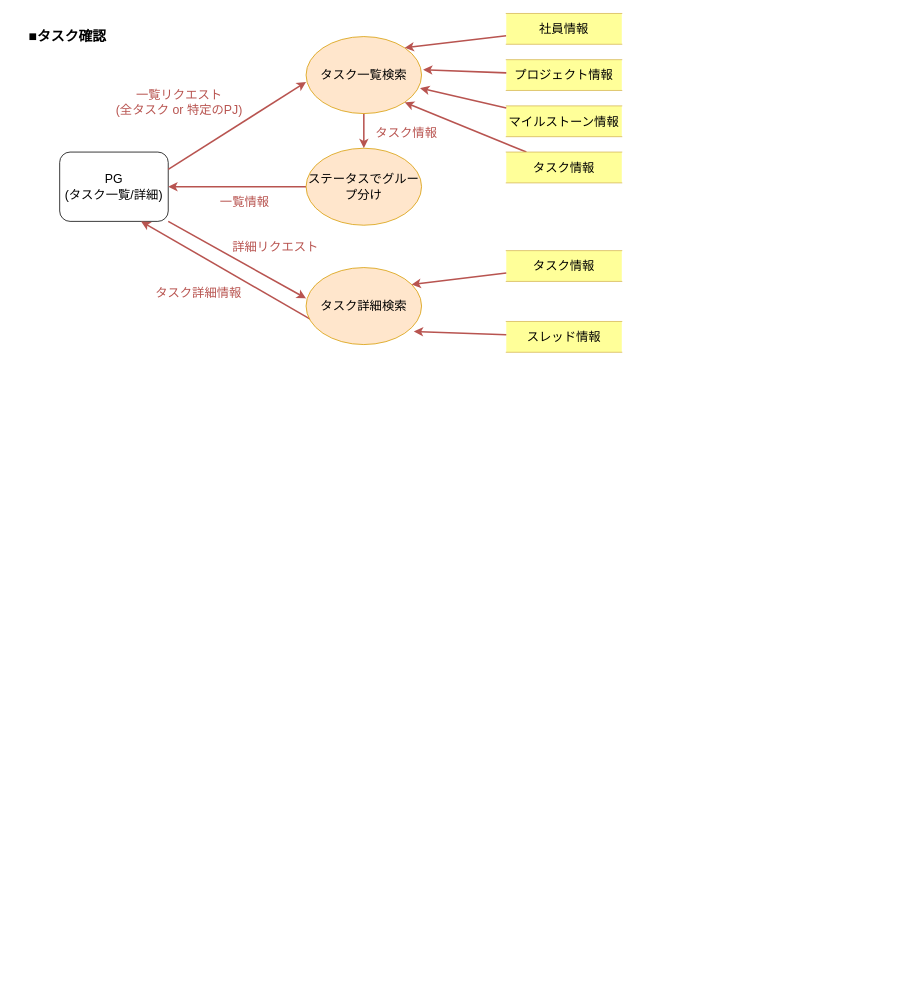
haseryo0403/functional-design-technical-design keeps this draw.io diagram as page "DFD" (3 of 3) of functional-design.drawio. Above is the earlier version. Source tidied: cells renumbered, new cells numbered last; positions are measured from the earlier drawing's top-left corner, leaving out a move shared by most shapes. Both pictures are drawn from the tidied source at 77%, with x=0, y=0 at pixel (21, 13).
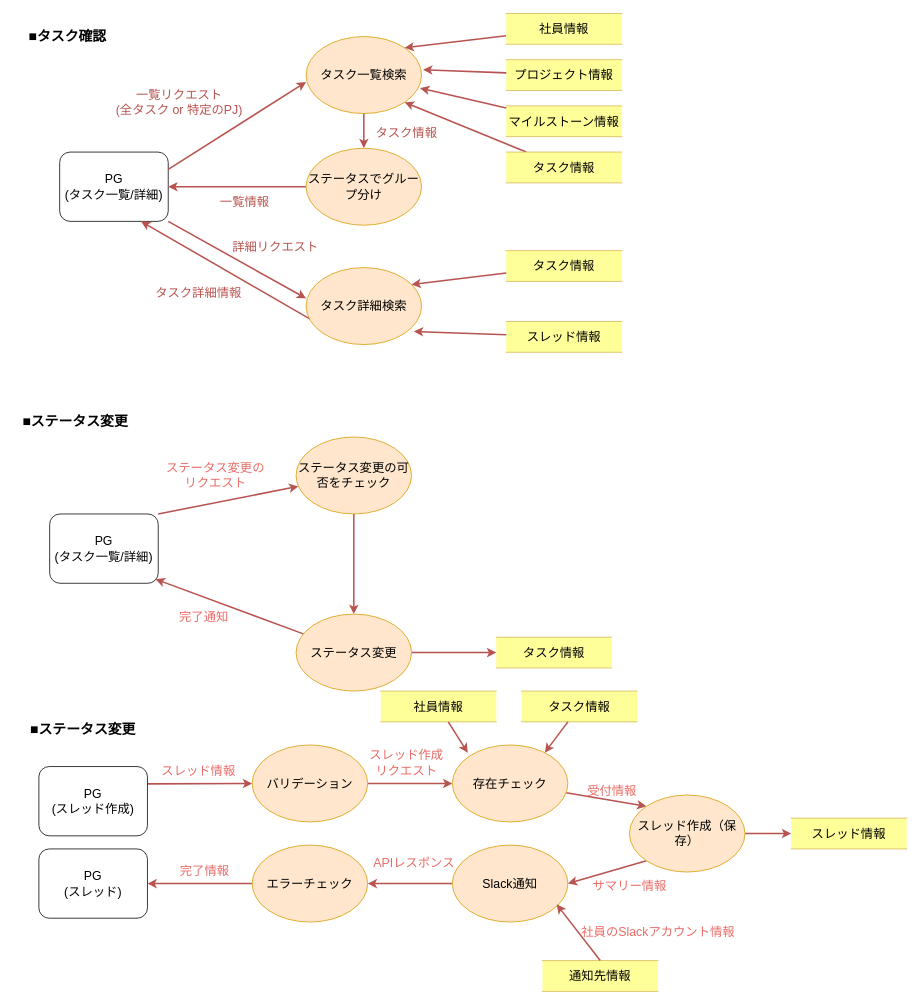
The same diagram, later.

The edit, as a diff of the source:
```diff
@@
+    <mxCell id="29" value="&lt;font size=&quot;1&quot; style=&quot;&quot;&gt;&lt;b style=&quot;font-size: 18px;&quot;&gt;■ステータス変更&lt;/b&gt;&lt;/font&gt;" style="text;html=1;align=center;verticalAlign=middle;strokeColor=none;fillColor=none;fontFamily=Helvetica;fontSize=11;fontColor=#000000;labelBackgroundColor=default;" parent="1" vertex="1">
+      <mxGeometry x="-10" y="510" width="160" height="40" as="geometry" />
+    </mxCell>
+    <mxCell id="30" style="shape=connector;rounded=0;jettySize=auto;html=1;exitX=1;exitY=0;exitDx=0;exitDy=0;strokeColor=#b85450;strokeWidth=2;align=center;verticalAlign=middle;fontFamily=Helvetica;fontSize=16;fontColor=default;fontStyle=0;labelBackgroundColor=none;endArrow=classic;fillColor=#f8cecc;" parent="1" edge="1" source="31" target="33">
+      <mxGeometry relative="1" as="geometry" />
+    </mxCell>
+    <mxCell id="31" value="PG&lt;div&gt;(タスク一覧/詳細)&lt;/div&gt;" style="rounded=1;whiteSpace=wrap;html=1;fontFamily=Helvetica;fontSize=16;fontColor=#000000;labelBackgroundColor=default;" parent="1" vertex="1">
+      <mxGeometry x="37" y="650" width="141" height="90" as="geometry" />
+    </mxCell>
+    <mxCell id="32" style="edgeStyle=orthogonalEdgeStyle;shape=connector;rounded=0;jettySize=auto;html=1;exitX=0.5;exitY=1;exitDx=0;exitDy=0;entryX=0.5;entryY=0;entryDx=0;entryDy=0;strokeColor=#b85450;strokeWidth=2;align=center;verticalAlign=middle;fontFamily=Helvetica;fontSize=16;fontColor=default;fontStyle=0;labelBackgroundColor=none;endArrow=classic;fillColor=#f8cecc;" parent="1" edge="1" source="33" target="35">
+      <mxGeometry relative="1" as="geometry" />
+    </mxCell>
+    <mxCell id="33" value="ステータス変更の可否をチェック" style="ellipse;whiteSpace=wrap;html=1;fontFamily=Helvetica;fontSize=16;labelBackgroundColor=none;fillColor=#ffe6cc;strokeColor=#d79b00;" parent="1" vertex="1">
+      <mxGeometry x="357" y="550" width="150" height="100" as="geometry" />
+    </mxCell>
+    <mxCell id="34" style="edgeStyle=orthogonalEdgeStyle;shape=connector;rounded=0;jettySize=auto;html=1;strokeColor=#b85450;strokeWidth=2;align=center;verticalAlign=middle;fontFamily=Helvetica;fontSize=16;fontColor=default;fontStyle=0;labelBackgroundColor=none;endArrow=classic;fillColor=#f8cecc;entryX=0;entryY=0.5;entryDx=0;entryDy=0;" parent="1" edge="1" source="35" target="38">
+      <mxGeometry relative="1" as="geometry" />
+    </mxCell>
+    <mxCell id="35" value="ステータス変更" style="ellipse;whiteSpace=wrap;html=1;fontFamily=Helvetica;fontSize=16;labelBackgroundColor=none;fillColor=#ffe6cc;strokeColor=#d79b00;" parent="1" vertex="1">
+      <mxGeometry x="357" y="780" width="150" height="100" as="geometry" />
+    </mxCell>
+    <mxCell id="36" value="ステータス変更の&lt;div&gt;リクエスト&lt;/div&gt;" style="text;html=1;align=center;verticalAlign=middle;strokeColor=none;fillColor=none;fontFamily=Helvetica;fontSize=16;fontColor=#EA6B66;fontStyle=0;labelBackgroundColor=none;" parent="1" vertex="1">
+      <mxGeometry x="187" y="587" width="130" height="26" as="geometry" />
+    </mxCell>
+    <mxCell id="37" style="shape=connector;rounded=0;jettySize=auto;html=1;entryX=0.975;entryY=0.941;entryDx=0;entryDy=0;entryPerimeter=0;strokeColor=#b85450;strokeWidth=2;align=center;verticalAlign=middle;fontFamily=Helvetica;fontSize=16;fontColor=default;fontStyle=0;labelBackgroundColor=none;endArrow=classic;fillColor=#f8cecc;" parent="1" edge="1" source="35" target="31">
+      <mxGeometry relative="1" as="geometry" />
+    </mxCell>
+    <mxCell id="38" value="タスク情報" style="html=1;dashed=0;whiteSpace=wrap;shape=partialRectangle;right=0;left=0;align=center;verticalAlign=middle;fontFamily=Helvetica;fontSize=16;fontStyle=0;labelBackgroundColor=none;fillColor=#FFFF99;strokeColor=#d6b656;" parent="1" vertex="1">
+      <mxGeometry x="617" y="810" width="150" height="40" as="geometry" />
+    </mxCell>
+    <mxCell id="39" value="完了通知" style="text;html=1;align=center;verticalAlign=middle;strokeColor=none;fillColor=none;fontFamily=Helvetica;fontSize=16;fontColor=#EA6B66;fontStyle=0;labelBackgroundColor=none;" parent="1" vertex="1">
+      <mxGeometry x="217" y="770" width="40" height="26" as="geometry" />
+    </mxCell>
+    <mxCell id="40" value="&lt;font size=&quot;1&quot; style=&quot;&quot;&gt;&lt;b style=&quot;font-size: 18px;&quot;&gt;■ステータス変更&lt;/b&gt;&lt;/font&gt;" style="text;html=1;align=center;verticalAlign=middle;strokeColor=none;fillColor=none;fontFamily=Helvetica;fontSize=11;fontColor=#000000;labelBackgroundColor=default;" parent="1" vertex="1">
+      <mxGeometry y="910" width="160" height="40" as="geometry" />
+    </mxCell>
+    <mxCell id="41" style="shape=connector;rounded=0;jettySize=auto;html=1;exitX=1;exitY=0.25;exitDx=0;exitDy=0;strokeColor=#b85450;strokeWidth=2;align=center;verticalAlign=middle;fontFamily=Helvetica;fontSize=16;fontColor=default;fontStyle=0;labelBackgroundColor=none;endArrow=classic;fillColor=#f8cecc;entryX=0;entryY=0.5;entryDx=0;entryDy=0;" parent="1" edge="1" source="42" target="44">
+      <mxGeometry relative="1" as="geometry" />
+    </mxCell>
+    <mxCell id="42" value="PG&lt;div&gt;(スレッド作成)&lt;/div&gt;" style="rounded=1;whiteSpace=wrap;html=1;fontFamily=Helvetica;fontSize=16;fontColor=#000000;labelBackgroundColor=default;" parent="1" vertex="1">
+      <mxGeometry x="23" y="978" width="141" height="90" as="geometry" />
+    </mxCell>
+    <mxCell id="43" style="edgeStyle=orthogonalEdgeStyle;shape=connector;rounded=0;jettySize=auto;html=1;entryX=0;entryY=0.5;entryDx=0;entryDy=0;strokeColor=#b85450;strokeWidth=2;align=center;verticalAlign=middle;fontFamily=Helvetica;fontSize=16;fontColor=default;fontStyle=0;labelBackgroundColor=none;endArrow=classic;fillColor=#f8cecc;" parent="1" edge="1" source="44" target="46">
+      <mxGeometry relative="1" as="geometry" />
+    </mxCell>
+    <mxCell id="44" value="バリデーション" style="ellipse;whiteSpace=wrap;html=1;fontFamily=Helvetica;fontSize=16;labelBackgroundColor=none;fillColor=#ffe6cc;strokeColor=#d79b00;" parent="1" vertex="1">
+      <mxGeometry x="300" y="950" width="150" height="100" as="geometry" />
+    </mxCell>
+    <mxCell id="45" style="shape=connector;rounded=0;jettySize=auto;html=1;entryX=0;entryY=0;entryDx=0;entryDy=0;strokeColor=#b85450;strokeWidth=2;align=center;verticalAlign=middle;fontFamily=Helvetica;fontSize=16;fontColor=default;fontStyle=0;labelBackgroundColor=none;endArrow=classic;fillColor=#f8cecc;" parent="1" edge="1" source="46" target="49">
+      <mxGeometry relative="1" as="geometry" />
+    </mxCell>
+    <mxCell id="46" value="存在チェック" style="ellipse;whiteSpace=wrap;html=1;fontFamily=Helvetica;fontSize=16;labelBackgroundColor=none;fillColor=#ffe6cc;strokeColor=#d79b00;" parent="1" vertex="1">
+      <mxGeometry x="560" y="950" width="150" height="100" as="geometry" />
+    </mxCell>
+    <mxCell id="47" style="shape=connector;rounded=0;jettySize=auto;html=1;exitX=0;exitY=1;exitDx=0;exitDy=0;entryX=1;entryY=0.5;entryDx=0;entryDy=0;strokeColor=#b85450;strokeWidth=2;align=center;verticalAlign=middle;fontFamily=Helvetica;fontSize=16;fontColor=default;fontStyle=0;labelBackgroundColor=none;endArrow=classic;fillColor=#f8cecc;" parent="1" edge="1" source="49" target="51">
+      <mxGeometry relative="1" as="geometry" />
+    </mxCell>
+    <mxCell id="48" style="edgeStyle=orthogonalEdgeStyle;shape=connector;rounded=0;jettySize=auto;html=1;entryX=0;entryY=0.5;entryDx=0;entryDy=0;strokeColor=#b85450;strokeWidth=2;align=center;verticalAlign=middle;fontFamily=Helvetica;fontSize=16;fontColor=default;fontStyle=0;labelBackgroundColor=none;endArrow=classic;fillColor=#f8cecc;" parent="1" edge="1" source="49" target="61">
+      <mxGeometry relative="1" as="geometry" />
+    </mxCell>
+    <mxCell id="49" value="スレッド作成（保存）" style="ellipse;whiteSpace=wrap;html=1;fontFamily=Helvetica;fontSize=16;labelBackgroundColor=none;fillColor=#ffe6cc;strokeColor=#d79b00;" parent="1" vertex="1">
+      <mxGeometry x="790" y="1015" width="150" height="100" as="geometry" />
+    </mxCell>
+    <mxCell id="50" style="edgeStyle=orthogonalEdgeStyle;shape=connector;rounded=0;jettySize=auto;html=1;entryX=1;entryY=0.5;entryDx=0;entryDy=0;strokeColor=#b85450;strokeWidth=2;align=center;verticalAlign=middle;fontFamily=Helvetica;fontSize=16;fontColor=default;fontStyle=0;labelBackgroundColor=none;endArrow=classic;fillColor=#f8cecc;" parent="1" edge="1" source="51" target="53">
+      <mxGeometry relative="1" as="geometry" />
+    </mxCell>
+    <mxCell id="51" value="Slack通知" style="ellipse;whiteSpace=wrap;html=1;fontFamily=Helvetica;fontSize=16;labelBackgroundColor=none;fillColor=#ffe6cc;strokeColor=#d79b00;" parent="1" vertex="1">
+      <mxGeometry x="560" y="1080" width="150" height="100" as="geometry" />
+    </mxCell>
+    <mxCell id="52" style="edgeStyle=orthogonalEdgeStyle;shape=connector;rounded=0;jettySize=auto;html=1;entryX=1;entryY=0.5;entryDx=0;entryDy=0;strokeColor=#b85450;strokeWidth=2;align=center;verticalAlign=middle;fontFamily=Helvetica;fontSize=16;fontColor=default;fontStyle=0;labelBackgroundColor=none;endArrow=classic;fillColor=#f8cecc;" parent="1" edge="1" source="53" target="68">
+      <mxGeometry relative="1" as="geometry" />
+    </mxCell>
+    <mxCell id="53" value="エラーチェック" style="ellipse;whiteSpace=wrap;html=1;fontFamily=Helvetica;fontSize=16;labelBackgroundColor=none;fillColor=#ffe6cc;strokeColor=#d79b00;" parent="1" vertex="1">
+      <mxGeometry x="300" y="1080" width="150" height="100" as="geometry" />
+    </mxCell>
+    <mxCell id="54" value="&lt;font color=&quot;#ea6b66&quot;&gt;スレッド作成&lt;/font&gt;&lt;div&gt;&lt;font color=&quot;#ea6b66&quot;&gt;リクエスト&lt;/font&gt;&lt;/div&gt;" style="text;html=1;align=center;verticalAlign=middle;strokeColor=none;fillColor=none;fontFamily=Helvetica;fontSize=16;fontColor=default;fontStyle=0;labelBackgroundColor=none;" parent="1" vertex="1">
+      <mxGeometry x="480" y="960" width="40" height="26" as="geometry" />
+    </mxCell>
+    <mxCell id="55" value="&lt;font color=&quot;#ea6b66&quot;&gt;受付情報&lt;/font&gt;" style="text;html=1;align=center;verticalAlign=middle;strokeColor=none;fillColor=none;fontFamily=Helvetica;fontSize=16;fontColor=default;fontStyle=0;labelBackgroundColor=none;" parent="1" vertex="1">
+      <mxGeometry x="707" y="986" width="120" height="46" as="geometry" />
+    </mxCell>
+    <mxCell id="56" value="&lt;font color=&quot;#ea6b66&quot;&gt;スレッド情報&lt;/font&gt;" style="text;html=1;align=center;verticalAlign=middle;strokeColor=none;fillColor=none;fontFamily=Helvetica;fontSize=16;fontColor=default;fontStyle=0;labelBackgroundColor=none;" parent="1" vertex="1">
+      <mxGeometry x="170" y="960" width="120" height="46" as="geometry" />
+    </mxCell>
+    <mxCell id="57" value="タスク情報" style="html=1;dashed=0;whiteSpace=wrap;shape=partialRectangle;right=0;left=0;align=center;verticalAlign=middle;fontFamily=Helvetica;fontSize=16;fontStyle=0;labelBackgroundColor=none;fillColor=#FFFF99;strokeColor=#d6b656;" parent="1" vertex="1">
+      <mxGeometry x="650" y="880" width="150" height="40" as="geometry" />
+    </mxCell>
+    <mxCell id="58" value="社員情報" style="html=1;dashed=0;whiteSpace=wrap;shape=partialRectangle;right=0;left=0;align=center;verticalAlign=middle;fontFamily=Helvetica;fontSize=16;fontStyle=0;labelBackgroundColor=none;fillColor=#FFFF99;strokeColor=#d6b656;" parent="1" vertex="1">
+      <mxGeometry x="467" y="880" width="150" height="40" as="geometry" />
+    </mxCell>
+    <mxCell id="59" style="shape=connector;rounded=0;jettySize=auto;html=1;strokeColor=#b85450;strokeWidth=2;align=center;verticalAlign=middle;fontFamily=Helvetica;fontSize=16;fontColor=default;fontStyle=0;labelBackgroundColor=none;endArrow=classic;fillColor=#f8cecc;" parent="1" edge="1" source="58">
+      <mxGeometry relative="1" as="geometry">
+        <mxPoint x="580" y="960" as="targetPoint" />
+      </mxGeometry>
+    </mxCell>
+    <mxCell id="60" style="shape=connector;rounded=0;jettySize=auto;html=1;entryX=0.8;entryY=0.1;entryDx=0;entryDy=0;entryPerimeter=0;strokeColor=#b85450;strokeWidth=2;align=center;verticalAlign=middle;fontFamily=Helvetica;fontSize=16;fontColor=default;fontStyle=0;labelBackgroundColor=none;endArrow=classic;fillColor=#f8cecc;" parent="1" edge="1" source="57" target="46">
+      <mxGeometry relative="1" as="geometry" />
+    </mxCell>
+    <mxCell id="61" value="スレッド情報" style="html=1;dashed=0;whiteSpace=wrap;shape=partialRectangle;right=0;left=0;align=center;verticalAlign=middle;fontFamily=Helvetica;fontSize=16;fontStyle=0;labelBackgroundColor=none;fillColor=#FFFF99;strokeColor=#d6b656;" parent="1" vertex="1">
+      <mxGeometry x="1000" y="1045" width="150" height="40" as="geometry" />
+    </mxCell>
+    <mxCell id="62" value="通知先情報" style="html=1;dashed=0;whiteSpace=wrap;shape=partialRectangle;right=0;left=0;align=center;verticalAlign=middle;fontFamily=Helvetica;fontSize=16;fontStyle=0;labelBackgroundColor=none;fillColor=#FFFF99;strokeColor=#d6b656;" parent="1" vertex="1">
+      <mxGeometry x="677" y="1230" width="150" height="40" as="geometry" />
+    </mxCell>
+    <mxCell id="63" style="shape=connector;rounded=0;jettySize=auto;html=1;entryX=0.903;entryY=0.77;entryDx=0;entryDy=0;entryPerimeter=0;strokeColor=#b85450;strokeWidth=2;align=center;verticalAlign=middle;fontFamily=Helvetica;fontSize=16;fontColor=default;fontStyle=0;labelBackgroundColor=none;endArrow=classic;fillColor=#f8cecc;exitX=0.5;exitY=0;exitDx=0;exitDy=0;" parent="1" edge="1" source="62" target="51">
+      <mxGeometry relative="1" as="geometry" />
+    </mxCell>
+    <mxCell id="64" value="&lt;font color=&quot;#ea6b66&quot;&gt;サマリー情報&lt;/font&gt;" style="text;html=1;align=center;verticalAlign=middle;strokeColor=none;fillColor=none;fontFamily=Helvetica;fontSize=16;fontColor=default;fontStyle=0;labelBackgroundColor=none;" parent="1" vertex="1">
+      <mxGeometry x="730" y="1110" width="120" height="46" as="geometry" />
+    </mxCell>
+    <mxCell id="65" value="&lt;font color=&quot;#ea6b66&quot;&gt;社員のSlackアカウント情報&lt;/font&gt;" style="text;html=1;align=center;verticalAlign=middle;strokeColor=none;fillColor=none;fontFamily=Helvetica;fontSize=16;fontColor=default;fontStyle=0;labelBackgroundColor=none;" parent="1" vertex="1">
+      <mxGeometry x="767" y="1170" width="120" height="46" as="geometry" />
+    </mxCell>
+    <mxCell id="66" value="&lt;font color=&quot;#ea6b66&quot;&gt;APIレスポンス&lt;/font&gt;" style="text;html=1;align=center;verticalAlign=middle;strokeColor=none;fillColor=none;fontFamily=Helvetica;fontSize=16;fontColor=default;fontStyle=0;labelBackgroundColor=none;" parent="1" vertex="1">
+      <mxGeometry x="450" y="1080" width="120" height="46" as="geometry" />
+    </mxCell>
+    <mxCell id="67" value="&lt;font color=&quot;#ea6b66&quot;&gt;完了情報&lt;/font&gt;" style="text;html=1;align=center;verticalAlign=middle;strokeColor=none;fillColor=none;fontFamily=Helvetica;fontSize=16;fontColor=default;fontStyle=0;labelBackgroundColor=none;" parent="1" vertex="1">
+      <mxGeometry x="178" y="1090" width="120" height="46" as="geometry" />
+    </mxCell>
+    <mxCell id="68" value="PG&lt;div&gt;(スレッド)&lt;/div&gt;" style="rounded=1;whiteSpace=wrap;html=1;fontFamily=Helvetica;fontSize=16;fontColor=#000000;labelBackgroundColor=default;" parent="1" vertex="1">
+      <mxGeometry x="23" y="1085" width="141" height="90" as="geometry" />
+    </mxCell>
```
